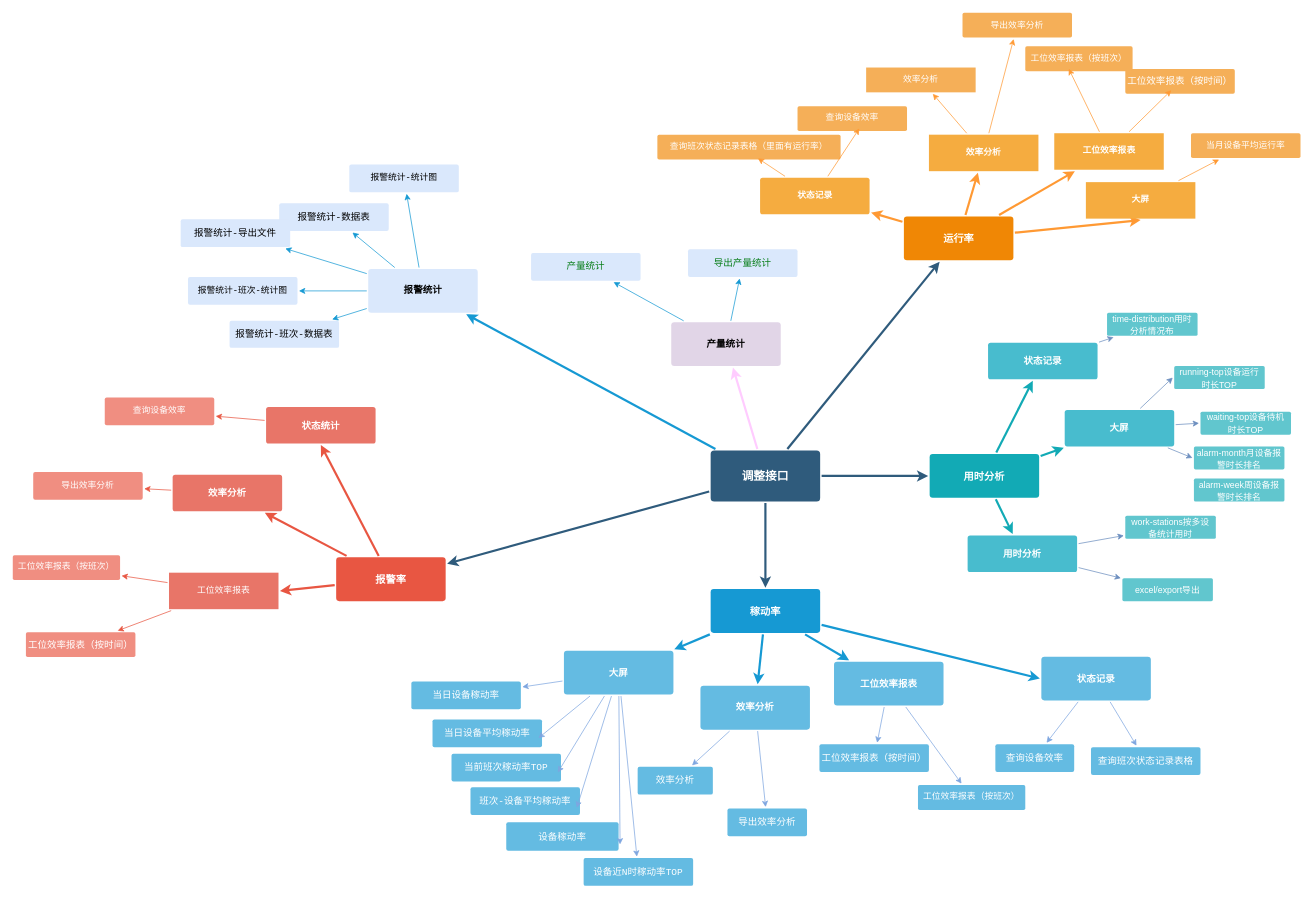
liangleiA/MyRepository keeps this draw.io diagram as 未命名绘图.drawio. Above is the earlier version. Source tidied: cells renumbered, new cells numbered last; positions are measured from the earlier drawing's top-left corner, leaving out a move shared by most shapes. Both pictures are drawn from the tidied source at 73%, with x=0, y=0 at pixel (12, 12).
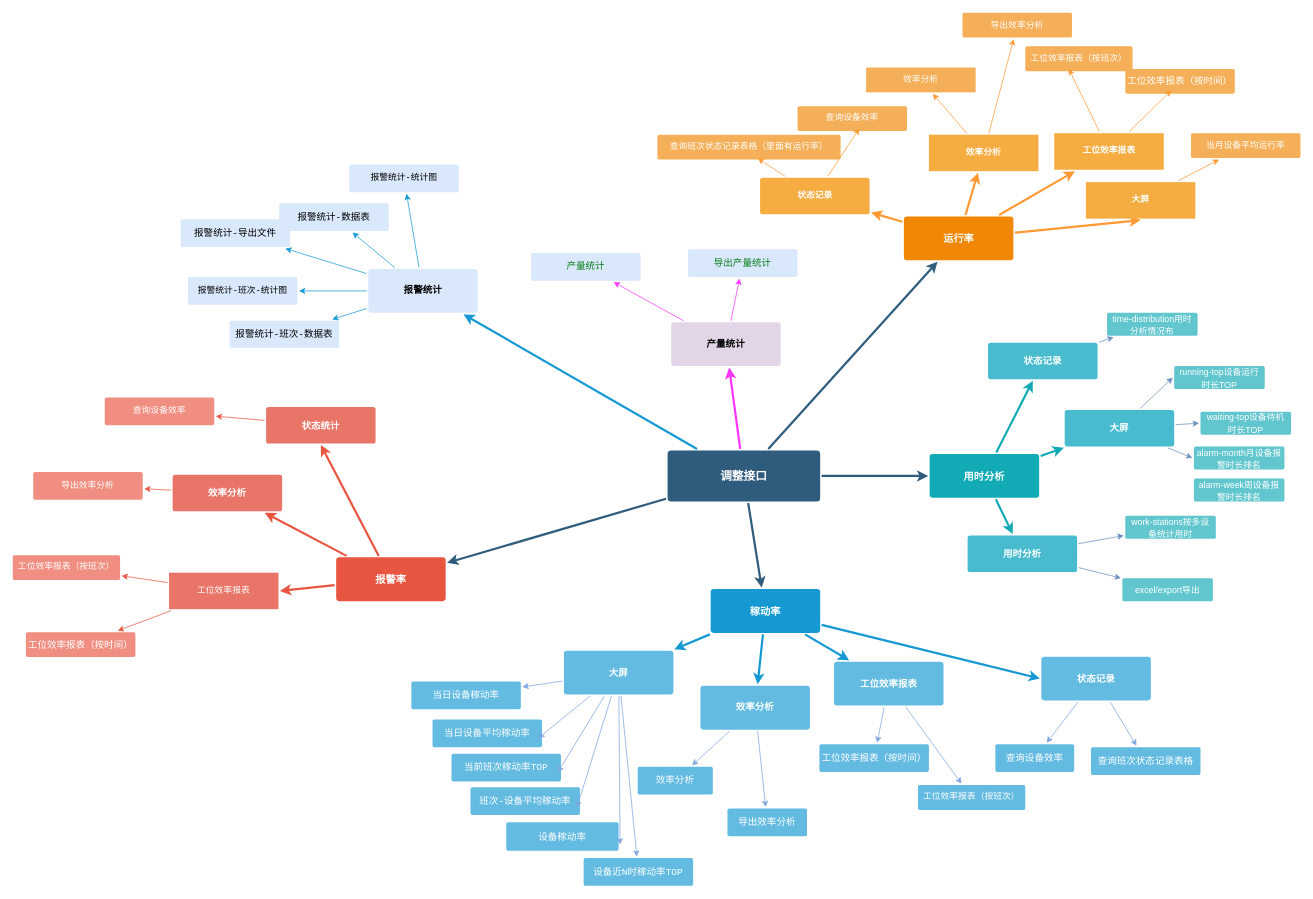
The same diagram, later.

Commit message:
更新未命名绘图.drawio

Unchanged cells that the change refers to:
```xml
<mxCell id="116" value="&lt;pre style=&quot;font-family: 宋体, monospace; font-size: 9.8pt;&quot;&gt;&lt;span style=&quot;&quot;&gt;产量统计&lt;/span&gt;&lt;/pre&gt;" style="rounded=1;whiteSpace=wrap;html=1;shadow=0;labelBackgroundColor=none;strokeColor=none;strokeWidth=3;fillColor=#e1d5e7;fontFamily=Helvetica;fontSize=14;align=center;spacing=5;fontStyle=1;arcSize=7;perimeterSpacing=2;" parent="1" vertex="1">
  <mxGeometry x="902" y="424" width="150" height="60" as="geometry" />
</mxCell>
<mxCell id="117" value="&lt;pre style=&quot;font-family: 宋体, monospace; font-size: 12px;&quot;&gt;&lt;pre style=&quot;color: rgb(8, 8, 8); font-family: 宋体, monospace; font-size: 9.8pt;&quot;&gt;&lt;span style=&quot;color:#067d17;&quot;&gt;产量统计&lt;/span&gt;&lt;/pre&gt;&lt;/pre&gt;" style="rounded=1;whiteSpace=wrap;html=1;shadow=0;labelBackgroundColor=none;strokeColor=none;strokeWidth=3;fillColor=#dae8fc;fontFamily=Helvetica;fontSize=12;align=center;spacing=5;fontStyle=0;arcSize=7;perimeterSpacing=2;fontColor=#000000;" parent="1" vertex="1">
  <mxGeometry x="710" y="329" width="150" height="38" as="geometry" />
</mxCell>
<mxCell id="118" value="&lt;pre style=&quot;font-family: 宋体, monospace; font-size: 12px;&quot;&gt;&lt;pre style=&quot;color: rgb(8, 8, 8); font-family: 宋体, monospace; font-size: 9.8pt;&quot;&gt;&lt;pre style=&quot;font-family: 宋体, monospace; font-size: 9.8pt;&quot;&gt;&lt;span style=&quot;color:#067d17;&quot;&gt;导出产量统计&lt;/span&gt;&lt;/pre&gt;&lt;/pre&gt;&lt;/pre&gt;" style="rounded=1;whiteSpace=wrap;html=1;shadow=0;labelBackgroundColor=none;strokeColor=none;strokeWidth=3;fillColor=#dae8fc;fontFamily=Helvetica;fontSize=12;align=center;spacing=5;fontStyle=0;arcSize=7;perimeterSpacing=2;fontColor=#000000;" parent="1" vertex="1">
  <mxGeometry x="925" y="324" width="150" height="38" as="geometry" />
</mxCell>
```

Diff of the diagram source:
```diff
@@
-    <mxCell id="7" style="edgeStyle=none;rounded=0;jettySize=auto;html=1;strokeColor=#FFCCFF;strokeWidth=3;fontSize=13;fontColor=#000000;" parent="1" edge="1" source="8" target="116">
+    <mxCell id="7" style="edgeStyle=none;rounded=0;jettySize=auto;html=1;strokeColor=#FF33FF;strokeWidth=3;fontSize=13;fontColor=#000000;fillColor=#ffe6cc;" parent="1" edge="1" source="8" target="116">
       <mxGeometry relative="1" as="geometry" />
     </mxCell>
     <mxCell id="8" value="调整接口" style="rounded=1;whiteSpace=wrap;html=1;shadow=0;labelBackgroundColor=none;strokeColor=none;strokeWidth=3;fillColor=#2F5B7C;fontFamily=Helvetica;fontSize=16;fontColor=#FFFFFF;align=center;fontStyle=1;spacing=5;arcSize=7;perimeterSpacing=2;" parent="1" vertex="1">
-      <mxGeometry x="956" y="599.5" width="150" height="70" as="geometry" />
+      <mxGeometry x="897" y="599.5" width="209" height="70" as="geometry" />
     </mxCell>
@@
-    <mxCell id="114" style="edgeStyle=none;rounded=0;jettySize=auto;html=1;strokeColor=#1699D3;strokeWidth=1;fontSize=13;fontColor=#000000;" parent="1" edge="1" source="116" target="117">
+    <mxCell id="114" style="edgeStyle=none;rounded=0;jettySize=auto;html=1;strokeColor=#FF33FF;strokeWidth=1;fontSize=13;fontColor=#000000;fillColor=#f8cecc;" parent="1" edge="1" source="116" target="117">
       <mxGeometry relative="1" as="geometry" />
     </mxCell>
-    <mxCell id="115" style="edgeStyle=none;rounded=0;jettySize=auto;html=1;strokeColor=#1699D3;strokeWidth=1;fontSize=13;fontColor=#000000;" parent="1" edge="1" source="116" target="118">
+    <mxCell id="115" style="edgeStyle=none;rounded=0;jettySize=auto;html=1;strokeColor=#FF33FF;strokeWidth=1;fontSize=13;fontColor=#000000;" parent="1" edge="1" source="116" target="118">
       <mxGeometry relative="1" as="geometry" />
     </mxCell>
```
